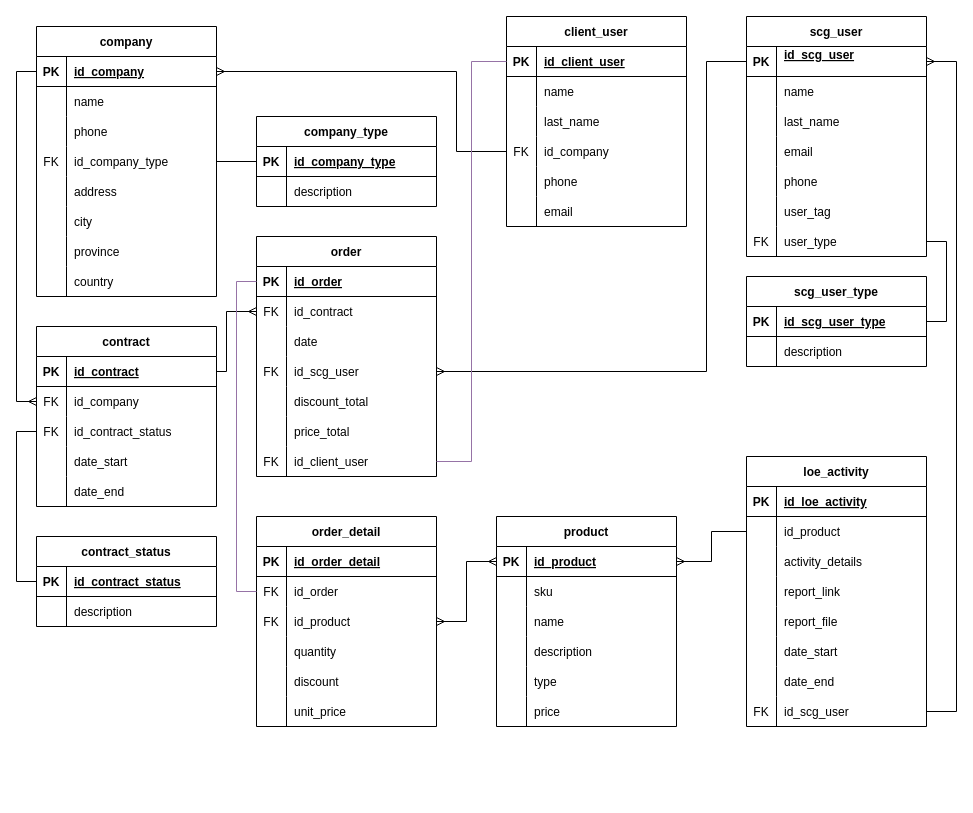
Before: scg_main_db.drawio in ismgonza/scg, a draw.io diagram. Source tidied: cells renumbered, new cells numbered last; positions are measured from the earlier drawing's top-left corner, leaving out a move shared by most shapes. Both pictures are drawn from the tidied source at 100%, with x=0, y=0 at pixel (36, 16).
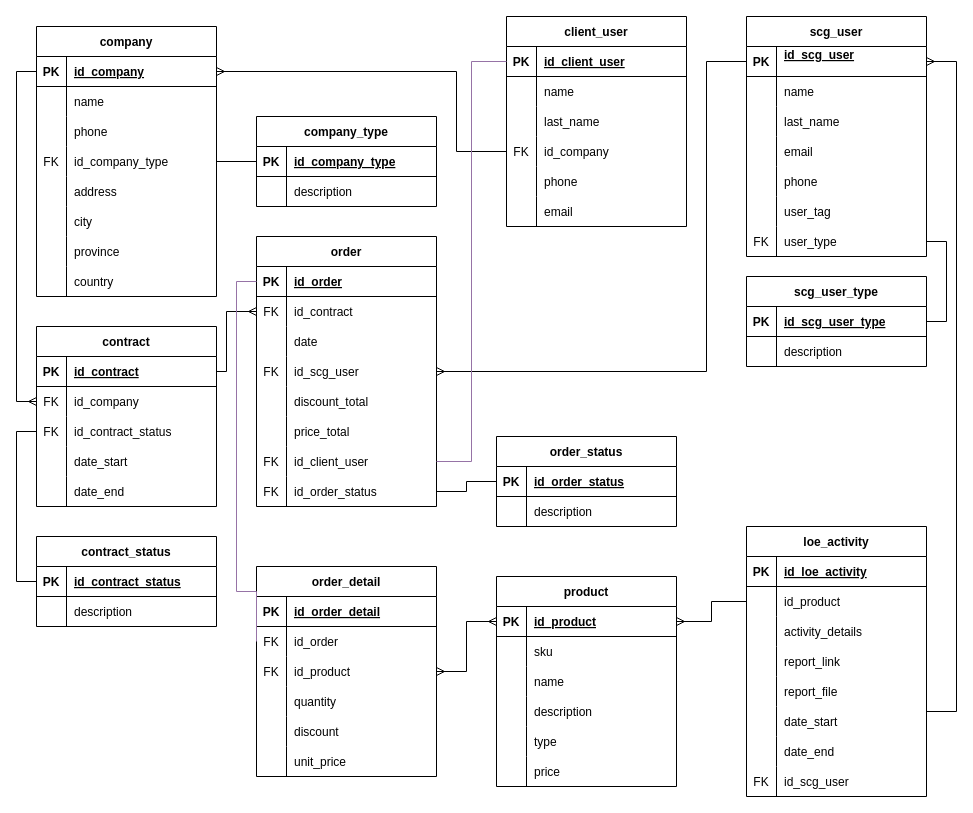
The same page after the edit.

Commit message:
add order_status

Diff of the diagram source:
```diff
@@
     <mxCell id="54" value="product" style="shape=table;startSize=30;childLayout=tableLayout;rowLines=0;fontStyle=1;align=center;" parent="1" vertex="1">
-      <mxGeometry x="460" y="500" width="180" height="210" as="geometry" />
+      <mxGeometry x="460" y="560" width="180" height="210" as="geometry" />
     </mxCell>
@@
     <mxCell id="89" value="order_detail" style="shape=table;startSize=30;childLayout=tableLayout;rowLines=0;fontStyle=1;align=center;" parent="1" vertex="1">
-      <mxGeometry x="220" y="500" width="180" height="210" as="geometry" />
+      <mxGeometry x="220" y="550" width="180" height="210" as="geometry" />
     </mxCell>
@@
     <mxCell id="109" value="order" style="shape=table;startSize=30;childLayout=tableLayout;rowLines=0;fontStyle=1;align=center;" parent="1" vertex="1">
-      <mxGeometry x="220" y="220" width="180" height="240" as="geometry" />
+      <mxGeometry x="220" y="220" width="180" height="270" as="geometry" />
     </mxCell>
@@
+    <mxCell id="202" style="shape=tableRow;horizontal=0;startSize=0;swimlaneHead=0;swimlaneBody=0;fillColor=none;points=[[0,0.5],[1,0.5]];portConstraint=eastwest;top=0;left=0;right=0;bottom=0;" parent="109" vertex="1">
+      <mxGeometry y="240" width="180" height="30" as="geometry" />
+    </mxCell>
+    <mxCell id="203" value="FK" style="shape=partialRectangle;fillColor=none;top=0;left=0;bottom=0;right=0;overflow=hidden;" parent="202" vertex="1">
+      <mxGeometry width="30" height="30" as="geometry" />
+    </mxCell>
+    <mxCell id="204" value="id_order_status" style="shape=partialRectangle;fillColor=none;top=0;left=0;bottom=0;right=0;align=left;spacingLeft=6;overflow=hidden;" parent="202" vertex="1">
+      <mxGeometry x="30" width="150" height="30" as="geometry" />
+    </mxCell>
@@
     <mxCell id="141" value="loe_activity" style="shape=table;startSize=30;childLayout=tableLayout;rowLines=0;fontStyle=1;align=center;" parent="1" vertex="1">
-      <mxGeometry x="710" y="440" width="180" height="270" as="geometry" />
+      <mxGeometry x="710" y="510" width="180" height="270" as="geometry" />
     </mxCell>
@@
+    <mxCell id="205" value="order_status" style="shape=table;startSize=30;childLayout=tableLayout;rowLines=0;fontStyle=1;align=center;" parent="1" vertex="1">
+      <mxGeometry x="460" y="420" width="180" height="90" as="geometry" />
+    </mxCell>
+    <mxCell id="206" style="shape=tableRow;horizontal=0;startSize=0;swimlaneHead=0;swimlaneBody=0;fillColor=none;points=[[0,0.5],[1,0.5]];portConstraint=eastwest;top=0;left=0;right=0;bottom=1;" parent="205" vertex="1">
+      <mxGeometry y="30" width="180" height="30" as="geometry" />
+    </mxCell>
+    <mxCell id="207" value="PK" style="shape=partialRectangle;fillColor=none;top=0;left=0;bottom=0;right=0;fontStyle=1;overflow=hidden;" parent="206" vertex="1">
+      <mxGeometry width="30" height="30" as="geometry" />
+    </mxCell>
+    <mxCell id="208" value="id_order_status" style="shape=partialRectangle;fillColor=none;top=0;left=0;bottom=0;right=0;align=left;spacingLeft=6;fontStyle=5;overflow=hidden;" parent="206" vertex="1">
+      <mxGeometry x="30" width="150" height="30" as="geometry" />
+    </mxCell>
+    <mxCell id="209" style="shape=tableRow;horizontal=0;startSize=0;swimlaneHead=0;swimlaneBody=0;fillColor=none;top=0;left=0;right=0;bottom=0;" parent="205" vertex="1">
+      <mxGeometry y="60" width="180" height="30" as="geometry" />
+    </mxCell>
+    <mxCell id="210" style="shape=partialRectangle;fillColor=none;top=0;left=0;bottom=0;right=0;overflow=hidden;" parent="209" vertex="1">
+      <mxGeometry width="30" height="30" as="geometry" />
+    </mxCell>
+    <mxCell id="211" value="description" style="shape=partialRectangle;fillColor=none;top=0;left=0;bottom=0;right=0;align=left;spacingLeft=6;overflow=hidden;" parent="209" vertex="1">
+      <mxGeometry x="30" width="150" height="30" as="geometry" />
+    </mxCell>
+    <mxCell id="212" style="edgeStyle=orthogonalEdgeStyle;rounded=0;jettySize=auto;html=1;exitX=1;exitY=0.5;exitDx=0;exitDy=0;entryX=0;entryY=0.5;entryDx=0;entryDy=0;endArrow=none;endFill=0;" parent="1" edge="1" source="202" target="206">
+      <mxGeometry relative="1" as="geometry" />
+    </mxCell>
```
